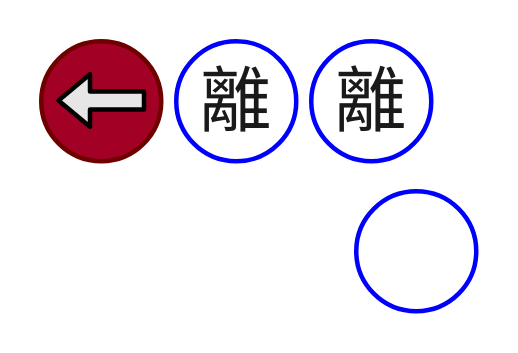
Before: StreetFighter6/images/mr4r_.drawio in yamasdais/notebook, a draw.io diagram. Source tidied: cells renumbered, new cells numbered last; positions are measured from the earlier drawing's top-left corner, leaving out a move shared by most shapes. Both pictures are drawn from the tidied source at 150%, with x=0, y=0 at pixel (40, 40).
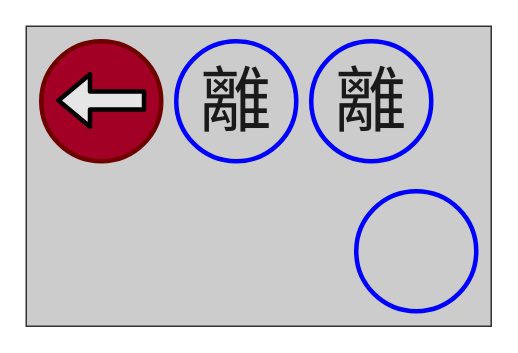
Above is the later version.

Diff of the diagram source:
```diff
@@
 <mxGraphModel>
   <root>
     <mxCell id="0" />
     <mxCell id="1" parent="0" />
+    <mxCell id="13" style="rounded=0;whiteSpace=wrap;html=1;fillColor=#CCCCCC;strokeColor=#333333;" parent="1" vertex="1">
+      <mxGeometry x="-10" y="-10" width="310" height="200" as="geometry" />
+    </mxCell>
     <mxCell id="2" style="group;" parent="1" vertex="1">
       <mxGeometry width="80" height="80" as="geometry" />
     </mxCell>
     <mxCell id="3" style="ellipse;whiteSpace=wrap;html=1;strokeWidth=3;fillColor=#a20025;fontColor=#ffffff;strokeColor=#6F0000;" parent="2" vertex="1">
       <mxGeometry width="80" height="80" as="geometry" />
     </mxCell>
     <mxCell id="4" style="shape=flexArrow;endArrow=classic;html=1;strokeWidth=3;strokeColor=default;fillColor=#E6E6E6;" parent="2" edge="1">
       <mxGeometry relative="1" as="geometry">
         <mxPoint x="70" y="39.5" as="sourcePoint" />
         <mxPoint x="10" y="39.5" as="targetPoint" />
       </mxGeometry>
     </mxCell>
     <mxCell id="5" style="group;rotation=-180;" parent="1" vertex="1">
       <mxGeometry x="210" y="100" width="80" height="80" as="geometry" />
     </mxCell>
     <mxCell id="6" style="ellipse;whiteSpace=wrap;html=1;strokeWidth=3;fillColor=none;strokeColor=#0000FF;" parent="5" vertex="1">
       <mxGeometry width="80" height="80" as="geometry" />
     </mxCell>
     <mxCell id="7" style="group;fillColor=none;" parent="1" vertex="1">
       <mxGeometry x="90" width="80" height="80" as="geometry" />
     </mxCell>
     <mxCell id="8" style="ellipse;whiteSpace=wrap;html=1;strokeWidth=3;fillColor=none;strokeColor=#0000FF;" parent="7" vertex="1">
       <mxGeometry width="80" height="80" as="geometry" />
     </mxCell>
     <mxCell id="9" value="&lt;font face=&quot;Verdana&quot; style=&quot;font-size: 48px;&quot;&gt;離&lt;br style=&quot;font-size: 48px;&quot;&gt;&lt;/font&gt;" style="text;strokeColor=none;align=center;fillColor=none;html=1;verticalAlign=middle;whiteSpace=wrap;rounded=0;fontSize=48;labelBorderColor=none;fontColor=#1A1A1A;labelBackgroundColor=none;" parent="7" vertex="1">
       <mxGeometry y="15" width="80" height="50" as="geometry" />
     </mxCell>
     <mxCell id="10" style="group;fillColor=none;" parent="1" vertex="1">
       <mxGeometry x="180" width="80" height="80" as="geometry" />
     </mxCell>
     <mxCell id="11" style="ellipse;whiteSpace=wrap;html=1;strokeWidth=3;fillColor=none;strokeColor=#0000FF;" parent="10" vertex="1">
       <mxGeometry width="80" height="80" as="geometry" />
     </mxCell>
     <mxCell id="12" value="&lt;font face=&quot;Verdana&quot; style=&quot;font-size: 48px;&quot;&gt;離&lt;br style=&quot;font-size: 48px;&quot;&gt;&lt;/font&gt;" style="text;strokeColor=none;align=center;fillColor=none;html=1;verticalAlign=middle;whiteSpace=wrap;rounded=0;fontSize=48;labelBorderColor=none;fontColor=#1A1A1A;labelBackgroundColor=none;" parent="10" vertex="1">
       <mxGeometry y="15" width="80" height="50" as="geometry" />
     </mxCell>
   </root>
 </mxGraphModel>
```
